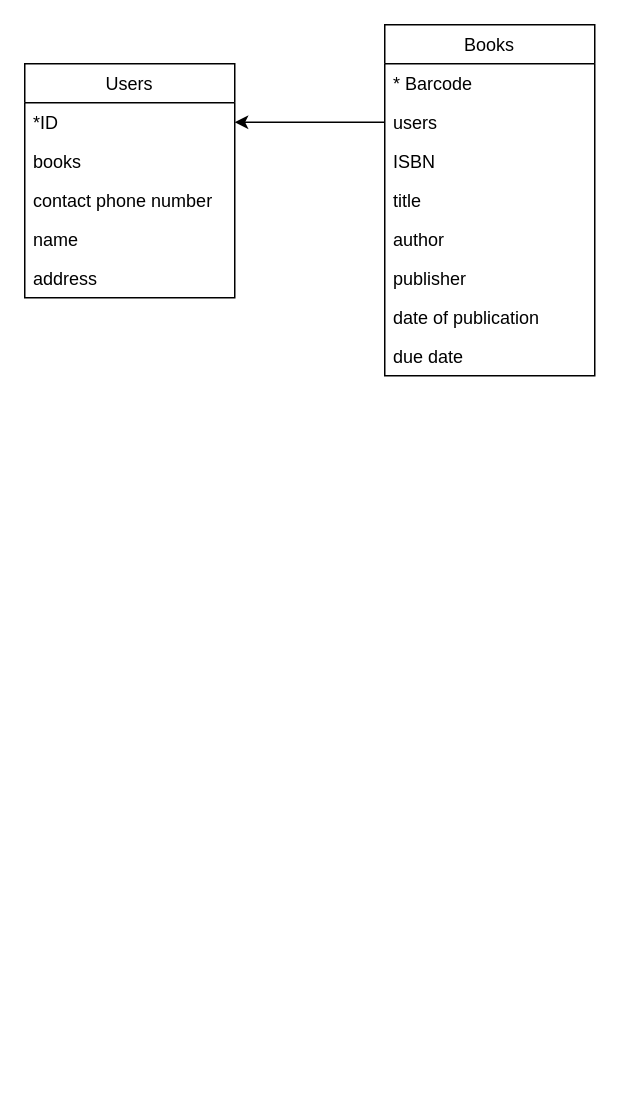
Before: Untitled Diagram.drawio in Ziqi222/name.c, a draw.io diagram. Source tidied: cells renumbered, new cells numbered last; positions are measured from the earlier drawing's top-left corner, leaving out a move shared by most shapes. Both pictures are drawn from the tidied source at 150%, with x=0, y=0 at pixel (24, 24).
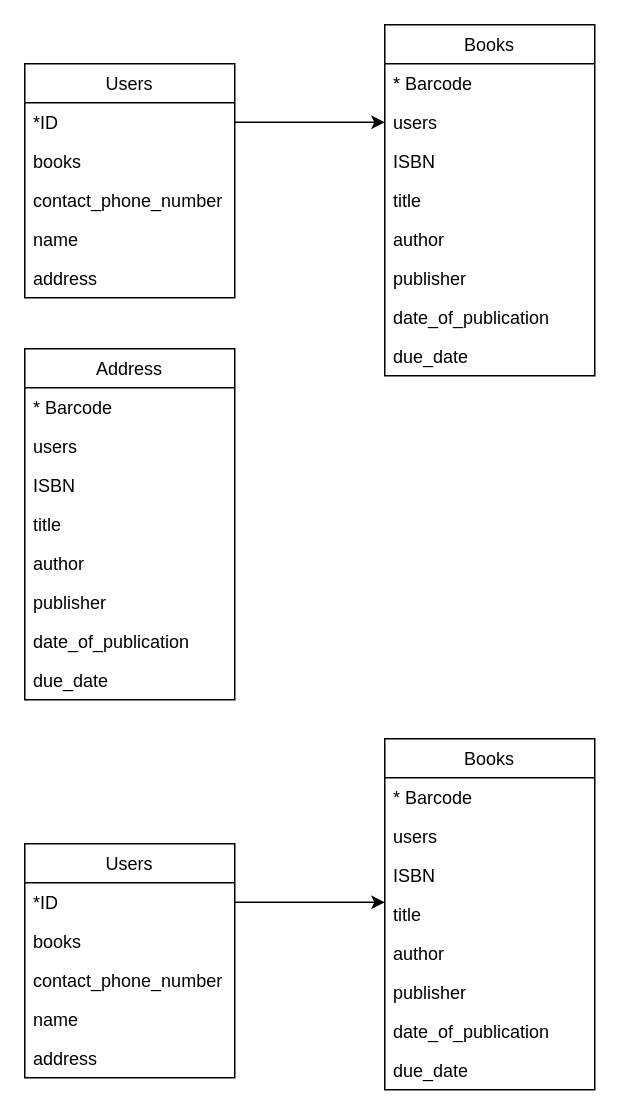
Above is the later version.

Unchanged cells that the change refers to:
```xml
<mxCell id="2" value="Users" style="swimlane;fontStyle=0;horizontal=1;startSize=26;fillColor=none;" parent="1" vertex="1">
  <mxGeometry y="26" width="140" height="156" as="geometry" />
</mxCell>
<mxCell id="3" value="*ID" style="text;strokeColor=none;fillColor=none;align=left;verticalAlign=top;spacingLeft=4;spacingRight=4;overflow=hidden;points=[[0,0.5],[1,0.5]];portConstraint=eastwest;" parent="2" vertex="1">
  <mxGeometry y="26" width="140" height="26" as="geometry" />
</mxCell>
<mxCell id="9" value="Books" style="swimlane;fontStyle=0;horizontal=1;startSize=26;fillColor=none;" parent="1" vertex="1">
  <mxGeometry x="240" width="140" height="234" as="geometry" />
</mxCell>
<mxCell id="11" value="users" style="text;strokeColor=none;fillColor=none;align=left;verticalAlign=top;spacingLeft=4;spacingRight=4;overflow=hidden;points=[[0,0.5],[1,0.5]];portConstraint=eastwest;" parent="9" vertex="1">
  <mxGeometry y="52" width="140" height="26" as="geometry" />
</mxCell>
```

Diff of the diagram source:
```diff
@@
-    <mxCell id="5" value="contact phone number" style="text;strokeColor=none;fillColor=none;align=left;verticalAlign=top;spacingLeft=4;spacingRight=4;overflow=hidden;" parent="2" vertex="1">
+    <mxCell id="5" value="contact_phone_number" style="text;strokeColor=none;fillColor=none;align=left;verticalAlign=top;spacingLeft=4;spacingRight=4;overflow=hidden;" parent="2" vertex="1">
       <mxGeometry y="78" width="140" height="26" as="geometry" />
     </mxCell>
@@
-    <mxCell id="7" style="endArrow=classic;html=1;exitX=0;exitY=0.5;exitDx=0;exitDy=0;" parent="2" edge="1" source="11">
-      <mxGeometry relative="1" as="geometry">
-        <mxPoint x="140" y="39" as="targetPoint" />
-      </mxGeometry>
-    </mxCell>
@@
-    <mxCell id="16" value="date of publication" style="text;strokeColor=none;fillColor=none;align=left;verticalAlign=top;spacingLeft=4;spacingRight=4;overflow=hidden;" parent="9" vertex="1">
+    <mxCell id="16" value="date_of_publication" style="text;strokeColor=none;fillColor=none;align=left;verticalAlign=top;spacingLeft=4;spacingRight=4;overflow=hidden;" parent="9" vertex="1">
       <mxGeometry y="182" width="140" height="26" as="geometry" />
     </mxCell>
-    <mxCell id="17" value="due date" style="text;strokeColor=none;fillColor=none;align=left;verticalAlign=top;spacingLeft=4;spacingRight=4;overflow=hidden;" parent="9" vertex="1">
+    <mxCell id="17" value="due_date" style="text;strokeColor=none;fillColor=none;align=left;verticalAlign=top;spacingLeft=4;spacingRight=4;overflow=hidden;" parent="9" vertex="1">
       <mxGeometry y="208" width="140" height="26" as="geometry" />
     </mxCell>
+    <mxCell id="18" style="endArrow=classic;html=1;exitX=1;exitY=0.5;exitDx=0;exitDy=0;entryX=0;entryY=0.5;entryDx=0;entryDy=0;" parent="1" edge="1" source="3" target="11">
+      <mxGeometry relative="1" as="geometry" />
+    </mxCell>
+    <mxCell id="19" value="Address" style="swimlane;fontStyle=0;horizontal=1;startSize=26;fillColor=none;" parent="1" vertex="1">
+      <mxGeometry y="216" width="140" height="234" as="geometry" />
+    </mxCell>
+    <mxCell id="20" value="* Barcode" style="text;strokeColor=none;fillColor=none;align=left;verticalAlign=top;spacingLeft=4;spacingRight=4;overflow=hidden;" parent="19" vertex="1">
+      <mxGeometry y="26" width="140" height="26" as="geometry" />
+    </mxCell>
+    <mxCell id="21" value="users" style="text;strokeColor=none;fillColor=none;align=left;verticalAlign=top;spacingLeft=4;spacingRight=4;overflow=hidden;" parent="19" vertex="1">
+      <mxGeometry y="52" width="140" height="26" as="geometry" />
+    </mxCell>
+    <mxCell id="22" value="ISBN" style="text;strokeColor=none;fillColor=none;align=left;verticalAlign=top;spacingLeft=4;spacingRight=4;overflow=hidden;" parent="19" vertex="1">
+      <mxGeometry y="78" width="140" height="26" as="geometry" />
+    </mxCell>
+    <mxCell id="23" value="title" style="text;strokeColor=none;fillColor=none;align=left;verticalAlign=top;spacingLeft=4;spacingRight=4;overflow=hidden;" parent="19" vertex="1">
+      <mxGeometry y="104" width="140" height="26" as="geometry" />
+    </mxCell>
+    <mxCell id="24" value="author" style="text;strokeColor=none;fillColor=none;align=left;verticalAlign=top;spacingLeft=4;spacingRight=4;overflow=hidden;" parent="19" vertex="1">
+      <mxGeometry y="130" width="140" height="26" as="geometry" />
+    </mxCell>
+    <mxCell id="25" value="publisher" style="text;strokeColor=none;fillColor=none;align=left;verticalAlign=top;spacingLeft=4;spacingRight=4;overflow=hidden;" parent="19" vertex="1">
+      <mxGeometry y="156" width="140" height="26" as="geometry" />
+    </mxCell>
+    <mxCell id="26" value="date_of_publication" style="text;strokeColor=none;fillColor=none;align=left;verticalAlign=top;spacingLeft=4;spacingRight=4;overflow=hidden;" parent="19" vertex="1">
+      <mxGeometry y="182" width="140" height="26" as="geometry" />
+    </mxCell>
+    <mxCell id="27" value="due_date" style="text;strokeColor=none;fillColor=none;align=left;verticalAlign=top;spacingLeft=4;spacingRight=4;overflow=hidden;" parent="19" vertex="1">
+      <mxGeometry y="208" width="140" height="26" as="geometry" />
+    </mxCell>
+    <mxCell id="28" value="Users" style="swimlane;fontStyle=0;horizontal=1;startSize=26;fillColor=none;" parent="1" vertex="1">
+      <mxGeometry y="546" width="140" height="156" as="geometry" />
+    </mxCell>
+    <mxCell id="29" value="*ID" style="text;strokeColor=none;fillColor=none;align=left;verticalAlign=top;spacingLeft=4;spacingRight=4;overflow=hidden;points=[[0,0.5],[1,0.5]];portConstraint=eastwest;" parent="28" vertex="1">
+      <mxGeometry y="26" width="140" height="26" as="geometry" />
+    </mxCell>
+    <mxCell id="30" value="books" style="text;strokeColor=none;fillColor=none;align=left;verticalAlign=top;spacingLeft=4;spacingRight=4;overflow=hidden;" parent="28" vertex="1">
+      <mxGeometry y="52" width="140" height="26" as="geometry" />
+    </mxCell>
+    <mxCell id="31" value="contact_phone_number" style="text;strokeColor=none;fillColor=none;align=left;verticalAlign=top;spacingLeft=4;spacingRight=4;overflow=hidden;" parent="28" vertex="1">
+      <mxGeometry y="78" width="140" height="26" as="geometry" />
+    </mxCell>
+    <mxCell id="32" value="name" style="text;strokeColor=none;fillColor=none;align=left;verticalAlign=top;spacingLeft=4;spacingRight=4;overflow=hidden;" parent="28" vertex="1">
+      <mxGeometry y="104" width="140" height="26" as="geometry" />
+    </mxCell>
+    <mxCell id="33" value="address" style="text;strokeColor=none;fillColor=none;align=left;verticalAlign=top;spacingLeft=4;spacingRight=4;overflow=hidden;" parent="28" vertex="1">
+      <mxGeometry y="130" width="140" height="26" as="geometry" />
+    </mxCell>
+    <mxCell id="34" style="endArrow=classic;html=1;exitX=1;exitY=0.5;exitDx=0;exitDy=0;entryX=0;entryY=0.5;entryDx=0;entryDy=0;" parent="1" edge="1" source="29">
+      <mxGeometry relative="1" as="geometry">
+        <mxPoint x="240" y="585" as="targetPoint" />
+      </mxGeometry>
+    </mxCell>
+    <mxCell id="35" value="Books" style="swimlane;fontStyle=0;horizontal=1;startSize=26;fillColor=none;" parent="1" vertex="1">
+      <mxGeometry x="240" y="476" width="140" height="234" as="geometry" />
+    </mxCell>
+    <mxCell id="36" value="* Barcode" style="text;strokeColor=none;fillColor=none;align=left;verticalAlign=top;spacingLeft=4;spacingRight=4;overflow=hidden;" parent="35" vertex="1">
+      <mxGeometry y="26" width="140" height="26" as="geometry" />
+    </mxCell>
+    <mxCell id="37" value="users" style="text;strokeColor=none;fillColor=none;align=left;verticalAlign=top;spacingLeft=4;spacingRight=4;overflow=hidden;" parent="35" vertex="1">
+      <mxGeometry y="52" width="140" height="26" as="geometry" />
+    </mxCell>
+    <mxCell id="38" value="ISBN" style="text;strokeColor=none;fillColor=none;align=left;verticalAlign=top;spacingLeft=4;spacingRight=4;overflow=hidden;" parent="35" vertex="1">
+      <mxGeometry y="78" width="140" height="26" as="geometry" />
+    </mxCell>
+    <mxCell id="39" value="title" style="text;strokeColor=none;fillColor=none;align=left;verticalAlign=top;spacingLeft=4;spacingRight=4;overflow=hidden;" parent="35" vertex="1">
+      <mxGeometry y="104" width="140" height="26" as="geometry" />
+    </mxCell>
+    <mxCell id="40" value="author" style="text;strokeColor=none;fillColor=none;align=left;verticalAlign=top;spacingLeft=4;spacingRight=4;overflow=hidden;" parent="35" vertex="1">
+      <mxGeometry y="130" width="140" height="26" as="geometry" />
+    </mxCell>
+    <mxCell id="41" value="publisher" style="text;strokeColor=none;fillColor=none;align=left;verticalAlign=top;spacingLeft=4;spacingRight=4;overflow=hidden;" parent="35" vertex="1">
+      <mxGeometry y="156" width="140" height="26" as="geometry" />
+    </mxCell>
+    <mxCell id="42" value="date_of_publication" style="text;strokeColor=none;fillColor=none;align=left;verticalAlign=top;spacingLeft=4;spacingRight=4;overflow=hidden;" parent="35" vertex="1">
+      <mxGeometry y="182" width="140" height="26" as="geometry" />
+    </mxCell>
+    <mxCell id="43" value="due_date" style="text;strokeColor=none;fillColor=none;align=left;verticalAlign=top;spacingLeft=4;spacingRight=4;overflow=hidden;" parent="35" vertex="1">
+      <mxGeometry y="208" width="140" height="26" as="geometry" />
+    </mxCell>
```
